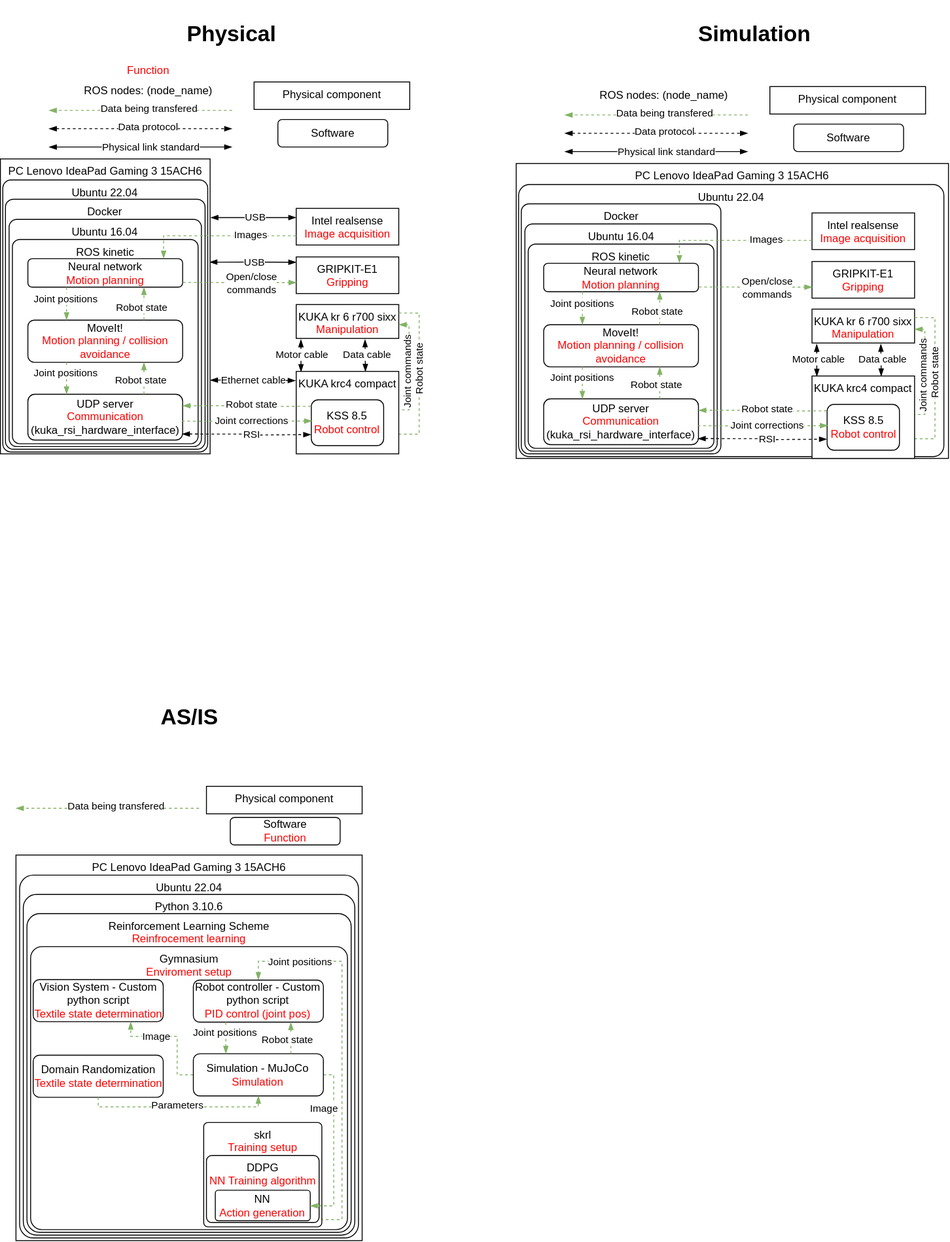
Above: system_architecture.drawio.svg in kasperfg16/p8_sewbot (draw.io), before the change. Source tidied: cells renumbered, new cells last; positions are measured from the earlier drawing's top-left corner, leaving out a move shared by most shapes.
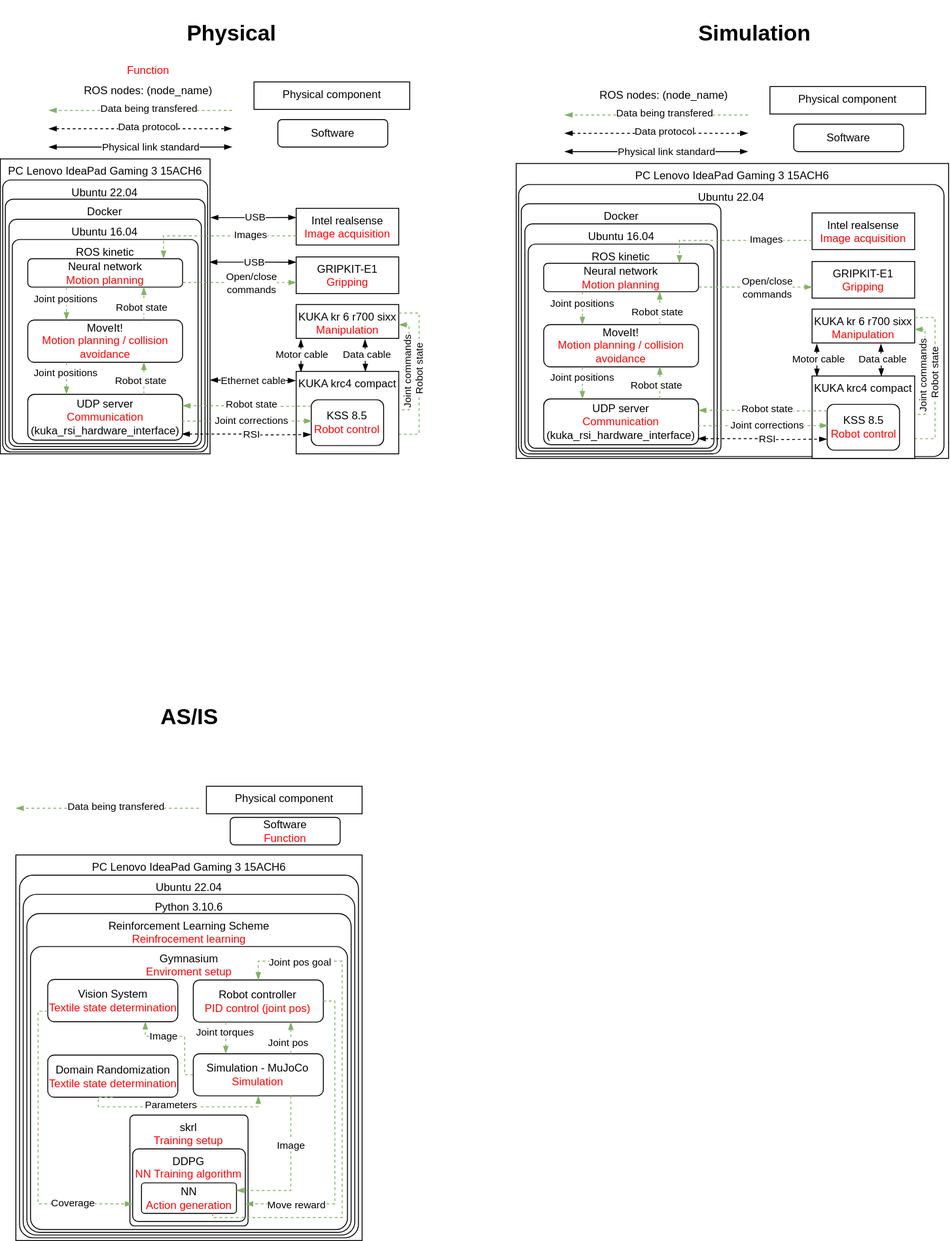
Later version of the same file.

Change to the diagram source:
```diff
@@ -494,33 +494,18 @@
     <mxCell id="120" value="Gymnasium&lt;br&gt;&lt;font color=&quot;#ff0000&quot;&gt;Enviroment setup&lt;/font&gt;" style="rounded=1;whiteSpace=wrap;html=1;horizontal=1;verticalAlign=top;arcSize=4;" parent="1" vertex="1">
       <mxGeometry x="32.8" y="1033" width="346" height="309" as="geometry" />
     </mxCell>
-    <mxCell id="121" style="edgeStyle=orthogonalEdgeStyle;rounded=0;jettySize=auto;html=1;exitX=1;exitY=0.75;exitDx=0;exitDy=0;dashed=1;endArrow=blockThin;endFill=1;startArrow=none;startFill=0;fillColor=#d5e8d4;strokeColor=#82b366;entryX=0.5;entryY=0;entryDx=0;entryDy=0;" parent="1" edge="1" source="129" target="132">
-      <mxGeometry relative="1" as="geometry">
-        <Array as="points">
-          <mxPoint x="337.8" y="1331" />
-          <mxPoint x="372.8" y="1331" />
-          <mxPoint x="372.8" y="1049" />
-          <mxPoint x="281.8" y="1049" />
-        </Array>
-      </mxGeometry>
-    </mxCell>
-    <mxCell id="122" value="Joint positions" style="edgeLabel;html=1;align=center;verticalAlign=middle;" parent="121" vertex="1">
-      <mxGeometry x="0.11" y="1" relative="1" as="geometry">
-        <mxPoint x="-45" y="-81" as="offset" />
-      </mxGeometry>
-    </mxCell>
-    <mxCell id="123" value="Vision System - Custom python script&lt;br&gt;&lt;font color=&quot;#ff0000&quot;&gt;Textile state determination&lt;/font&gt;" style="rounded=1;whiteSpace=wrap;html=1;" parent="1" vertex="1">
-      <mxGeometry x="35.6" y="1069" width="142" height="46" as="geometry" />
+    <mxCell id="123" value="Vision System&lt;br&gt;&lt;font color=&quot;#ff0000&quot;&gt;Textile state determination&lt;/font&gt;" style="rounded=1;whiteSpace=wrap;html=1;" parent="1" vertex="1">
+      <mxGeometry x="51.6" y="1069" width="142" height="46" as="geometry" />
     </mxCell>
     <mxCell id="124" value="Domain Randomization&lt;br&gt;&lt;font color=&quot;#ff0000&quot;&gt;Textile state determination&lt;/font&gt;" style="rounded=1;whiteSpace=wrap;html=1;" parent="1" vertex="1">
-      <mxGeometry x="35.6" y="1151.5" width="142" height="46" as="geometry" />
+      <mxGeometry x="51.6" y="1151.5" width="142" height="46" as="geometry" />
     </mxCell>
     <mxCell id="125" style="edgeStyle=orthogonalEdgeStyle;rounded=0;jettySize=auto;html=1;exitX=0;exitY=0.5;exitDx=0;exitDy=0;dashed=1;endArrow=blockThin;endFill=1;startArrow=none;startFill=0;fillColor=#d5e8d4;strokeColor=#82b366;entryX=0.75;entryY=1;entryDx=0;entryDy=0;" parent="1" edge="1" source="133" target="123">
       <mxGeometry relative="1" as="geometry">
         <Array as="points">
-          <mxPoint x="192.8" y="1173" />
-          <mxPoint x="192.8" y="1131" />
-          <mxPoint x="141.8" y="1131" />
+          <mxPoint x="201" y="1173" />
+          <mxPoint x="201" y="1131" />
+          <mxPoint x="158" y="1131" />
         </Array>
       </mxGeometry>
     </mxCell>
@@ -530,29 +515,15 @@
       </mxGeometry>
     </mxCell>
     <mxCell id="127" value="skrl&lt;br&gt;&lt;font color=&quot;#ff0000&quot;&gt;Training setup&lt;/font&gt;" style="rounded=1;whiteSpace=wrap;html=1;horizontal=1;verticalAlign=top;arcSize=4;" parent="1" vertex="1">
-      <mxGeometry x="221.8" y="1225" width="129" height="114" as="geometry" />
+      <mxGeometry x="141.3" y="1217" width="129" height="121" as="geometry" />
     </mxCell>
     <mxCell id="128" value="DDPG&lt;br&gt;&lt;font color=&quot;#ff0000&quot;&gt;NN Training algorithm&lt;/font&gt;" style="rounded=1;whiteSpace=wrap;html=1;horizontal=1;verticalAlign=top;arcSize=8;" parent="1" vertex="1">
-      <mxGeometry x="224.8" y="1261" width="123" height="73.3" as="geometry" />
+      <mxGeometry x="144.3" y="1254" width="123" height="79.3" as="geometry" />
     </mxCell>
     <mxCell id="129" value="NN&lt;br&gt;&lt;font color=&quot;#ff0000&quot;&gt;Action generation&lt;/font&gt;" style="rounded=1;whiteSpace=wrap;html=1;arcSize=10;" parent="1" vertex="1">
-      <mxGeometry x="234.4" y="1299" width="103.7" height="33.3" as="geometry" />
+      <mxGeometry x="153.9" y="1291" width="103.7" height="33.3" as="geometry" />
     </mxCell>
-    <mxCell id="130" style="edgeStyle=orthogonalEdgeStyle;rounded=0;jettySize=auto;html=1;exitX=1;exitY=0.5;exitDx=0;exitDy=0;dashed=1;endArrow=blockThin;endFill=1;startArrow=none;startFill=0;fillColor=#d5e8d4;strokeColor=#82b366;entryX=1;entryY=0.5;entryDx=0;entryDy=0;" parent="1" edge="1" source="133" target="129">
-      <mxGeometry relative="1" as="geometry">
-        <Array as="points">
-          <mxPoint x="363.8" y="1173" />
-          <mxPoint x="363.8" y="1316" />
-          <mxPoint x="337.8" y="1316" />
-        </Array>
-      </mxGeometry>
-    </mxCell>
-    <mxCell id="131" value="Image" style="edgeLabel;html=1;align=center;verticalAlign=middle;" parent="130" vertex="1">
-      <mxGeometry x="0.11" y="1" relative="1" as="geometry">
-        <mxPoint x="-12" y="-53" as="offset" />
-      </mxGeometry>
-    </mxCell>
-    <mxCell id="132" value="Robot controller - Custom python script&lt;br&gt;&lt;font color=&quot;#ff0000&quot;&gt;PID control (joint pos)&lt;/font&gt;" style="rounded=1;whiteSpace=wrap;html=1;" parent="1" vertex="1">
+    <mxCell id="132" value="Robot controller&lt;br&gt;&lt;font color=&quot;#ff0000&quot;&gt;PID control (joint pos)&lt;/font&gt;" style="rounded=1;whiteSpace=wrap;html=1;" parent="1" vertex="1">
       <mxGeometry x="210.4" y="1069.5" width="142" height="46" as="geometry" />
     </mxCell>
     <mxCell id="133" value="Simulation - MuJoCo&lt;br&gt;&lt;font color=&quot;#ff0000&quot;&gt;Simulation&lt;/font&gt;" style="rounded=1;whiteSpace=wrap;html=1;" parent="1" vertex="1">
@@ -561,15 +532,15 @@
     <mxCell id="134" style="edgeStyle=orthogonalEdgeStyle;rounded=0;jettySize=auto;html=1;exitX=0.75;exitY=0;exitDx=0;exitDy=0;dashed=1;endArrow=blockThin;endFill=1;startArrow=none;startFill=0;fillColor=#d5e8d4;strokeColor=#82b366;entryX=0.75;entryY=1;entryDx=0;entryDy=0;" parent="1" edge="1" source="133" target="132">
       <mxGeometry relative="1" as="geometry" />
     </mxCell>
-    <mxCell id="135" value="Robot state" style="edgeLabel;html=1;align=center;verticalAlign=middle;" parent="134" vertex="1">
+    <mxCell id="135" value="Joint pos" style="edgeLabel;html=1;align=center;verticalAlign=middle;" parent="134" vertex="1">
       <mxGeometry x="0.11" y="1" relative="1" as="geometry">
-        <mxPoint x="-3" y="4" as="offset" />
+        <mxPoint x="-2" y="7" as="offset" />
       </mxGeometry>
     </mxCell>
     <mxCell id="136" style="edgeStyle=orthogonalEdgeStyle;rounded=0;jettySize=auto;html=1;exitX=0.25;exitY=1;exitDx=0;exitDy=0;dashed=1;endArrow=blockThin;endFill=1;startArrow=none;startFill=0;fillColor=#d5e8d4;strokeColor=#82b366;entryX=0.25;entryY=0;entryDx=0;entryDy=0;" parent="1" edge="1" source="132" target="133">
       <mxGeometry relative="1" as="geometry" />
     </mxCell>
-    <mxCell id="137" value="Joint positions" style="edgeLabel;html=1;align=center;verticalAlign=middle;" parent="136" vertex="1">
+    <mxCell id="137" value="Joint torques" style="edgeLabel;html=1;align=center;verticalAlign=middle;" parent="136" vertex="1">
       <mxGeometry x="0.11" y="1" relative="1" as="geometry">
         <mxPoint x="-2" y="-8" as="offset" />
       </mxGeometry>
@@ -587,5 +558,56 @@
         <mxPoint x="-13" y="-1" as="offset" />
       </mxGeometry>
     </mxCell>
+    <mxCell id="140" style="edgeStyle=orthogonalEdgeStyle;rounded=0;jettySize=auto;html=1;exitX=0;exitY=0.75;exitDx=0;exitDy=0;dashed=1;endArrow=blockThin;endFill=1;startArrow=none;startFill=0;fillColor=#d5e8d4;strokeColor=#82b366;entryX=0;entryY=0.75;entryDx=0;entryDy=0;" parent="1" edge="1" source="123" target="128">
+      <mxGeometry relative="1" as="geometry">
+        <Array as="points">
+          <mxPoint x="41" y="1104" />
+          <mxPoint x="41" y="1314" />
+          <mxPoint x="144" y="1314" />
+        </Array>
+      </mxGeometry>
+    </mxCell>
+    <mxCell id="141" value="Coverage" style="edgeLabel;html=1;align=center;verticalAlign=middle;" parent="140" vertex="1">
+      <mxGeometry x="0.11" y="1" relative="1" as="geometry">
+        <mxPoint x="37" y="39" as="offset" />
+      </mxGeometry>
+    </mxCell>
+    <mxCell id="142" style="edgeStyle=orthogonalEdgeStyle;rounded=0;jettySize=auto;html=1;exitX=1;exitY=0.5;exitDx=0;exitDy=0;dashed=1;endArrow=blockThin;endFill=1;startArrow=none;startFill=0;fillColor=#d5e8d4;strokeColor=#82b366;entryX=1;entryY=0.75;entryDx=0;entryDy=0;" parent="1" edge="1" source="132" target="128">
+      <mxGeometry relative="1" as="geometry">
+        <Array as="points">
+          <mxPoint x="365" y="1093" />
+          <mxPoint x="365" y="1314" />
+          <mxPoint x="267" y="1314" />
+        </Array>
+      </mxGeometry>
+    </mxCell>
+    <mxCell id="143" value="Move reward" style="edgeLabel;html=1;align=center;verticalAlign=middle;" parent="142" vertex="1">
+      <mxGeometry x="-0.14" y="-1" relative="1" as="geometry">
+        <mxPoint x="-41" y="91" as="offset" />
+      </mxGeometry>
+    </mxCell>
+    <mxCell id="121" style="edgeStyle=orthogonalEdgeStyle;rounded=0;jettySize=auto;html=1;exitX=0.75;exitY=1;exitDx=0;exitDy=0;dashed=1;endArrow=blockThin;endFill=1;startArrow=none;startFill=0;fillColor=#d5e8d4;strokeColor=#82b366;entryX=0.5;entryY=0;entryDx=0;entryDy=0;" parent="1" edge="1" source="129" target="132">
+      <mxGeometry relative="1" as="geometry">
+        <Array as="points">
+          <mxPoint x="232" y="1329" />
+          <mxPoint x="373" y="1329" />
+          <mxPoint x="373" y="1049" />
+          <mxPoint x="281" y="1049" />
+        </Array>
+      </mxGeometry>
+    </mxCell>
+    <mxCell id="122" value="Joint pos goal" style="edgeLabel;html=1;align=center;verticalAlign=middle;" parent="121" vertex="1">
+      <mxGeometry x="0.11" y="1" relative="1" as="geometry">
+        <mxPoint x="-45" y="-125" as="offset" />
+      </mxGeometry>
+    </mxCell>
+    <mxCell id="130" style="edgeStyle=orthogonalEdgeStyle;rounded=0;jettySize=auto;html=1;exitX=0.75;exitY=1;exitDx=0;exitDy=0;dashed=1;endArrow=blockThin;endFill=1;startArrow=none;startFill=0;fillColor=#d5e8d4;strokeColor=#82b366;entryX=1;entryY=0.25;entryDx=0;entryDy=0;" parent="1" edge="1" source="133" target="129">
+      <mxGeometry relative="1" as="geometry" />
+    </mxCell>
+    <mxCell id="131" value="Image" style="edgeLabel;html=1;align=center;verticalAlign=middle;" parent="130" vertex="1">
+      <mxGeometry x="0.11" y="1" relative="1" as="geometry">
+        <mxPoint x="-1" y="-37" as="offset" />
+      </mxGeometry>
+    </mxCell>
   </root>
 </mxGraphModel>
```
